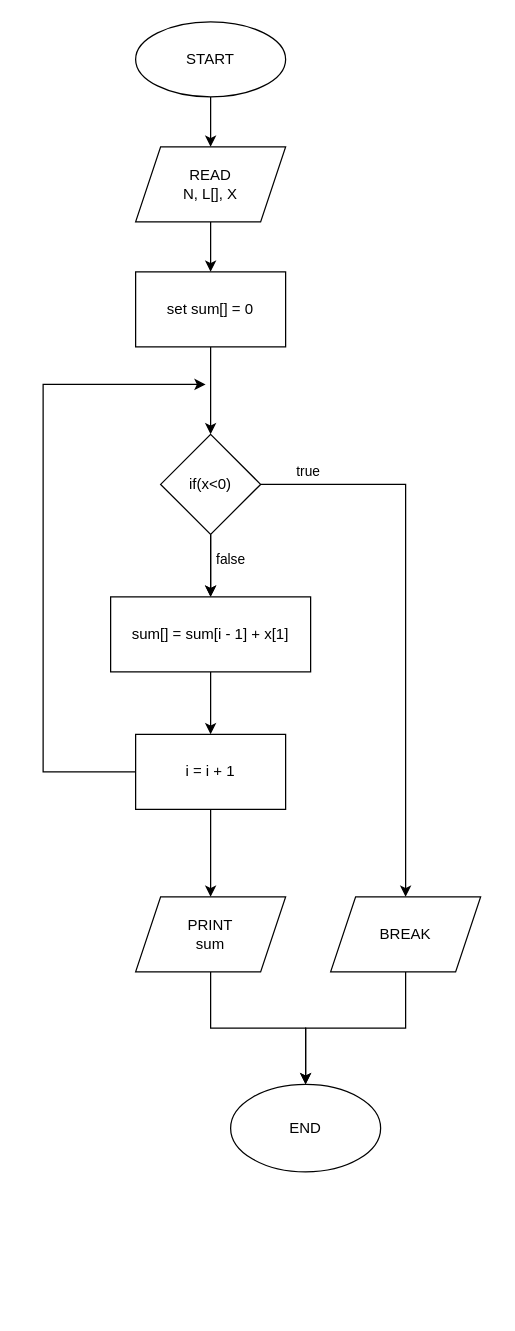
Above: Algorithm/Untitled Diagram.drawio in YalewB/ALX-Programming-Practice (draw.io), before the change. Source tidied: cells renumbered, new cells numbered last; positions are measured from the earlier drawing's top-left corner, leaving out a move shared by most shapes. Both pictures are drawn from the tidied source at 125%, with x=0, y=0 at pixel (42, 21).
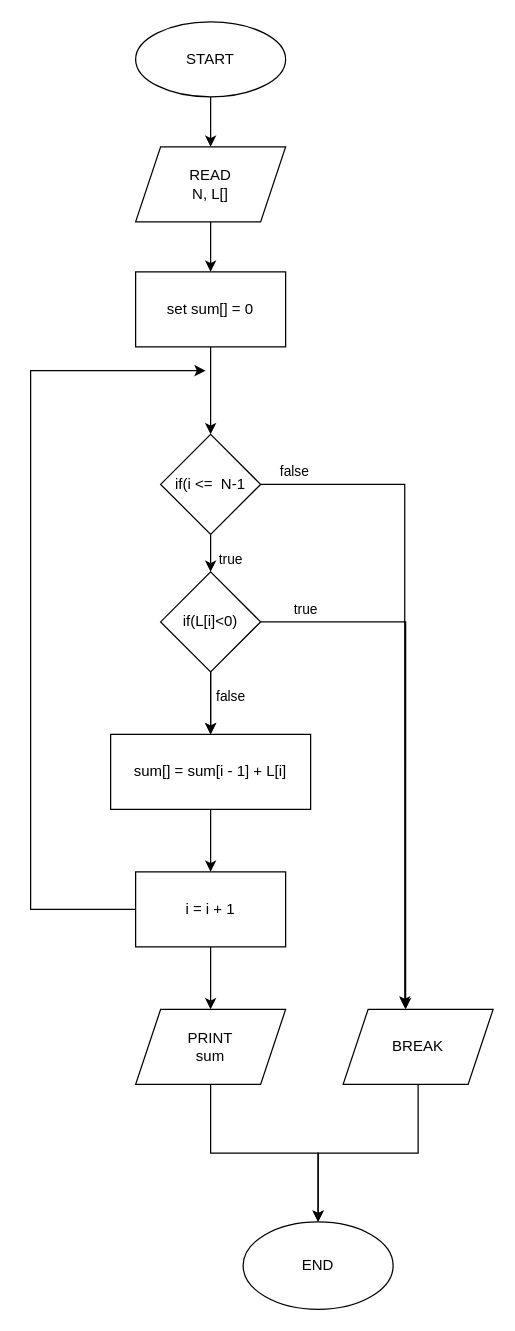
After the change.

Unchanged cells that the change refers to:
```xml
<mxCell id="7" value="set sum[] = 0" style="whiteSpace=wrap;html=1;" parent="1" vertex="1">
  <mxGeometry x="74" y="200" width="120" height="60" as="geometry" />
</mxCell>
```

Diff of the diagram source:
```diff
@@
-<mxGraphModel>
+<mxGraphModel background="#ffffff">
@@
-    <mxCell id="5" value="&lt;div&gt;READ&lt;/div&gt;&lt;div&gt;N, L[], X&lt;br&gt;&lt;/div&gt;" style="shape=parallelogram;perimeter=parallelogramPerimeter;whiteSpace=wrap;html=1;fixedSize=1;" parent="1" vertex="1">
+    <mxCell id="5" value="&lt;div&gt;READ&lt;/div&gt;&lt;div&gt;N, L[]&lt;br&gt;&lt;/div&gt;" style="shape=parallelogram;perimeter=parallelogramPerimeter;whiteSpace=wrap;html=1;fixedSize=1;" parent="1" vertex="1">
       <mxGeometry x="74" y="100" width="120" height="60" as="geometry" />
     </mxCell>
-    <mxCell id="6" style="edgeStyle=orthogonalEdgeStyle;rounded=0;jettySize=auto;html=1;" parent="1" edge="1" source="7" target="11">
-      <mxGeometry relative="1" as="geometry" />
-    </mxCell>
+    <mxCell id="22" style="edgeStyle=orthogonalEdgeStyle;rounded=0;jettySize=auto;html=1;" parent="1" edge="1" source="7" target="26">
+      <mxGeometry relative="1" as="geometry" />
+    </mxCell>
@@
     <mxCell id="9" value="true" style="edgeStyle=orthogonalEdgeStyle;rounded=0;jettySize=auto;html=1;" parent="1" edge="1" source="11" target="21">
       <mxGeometry x="-0.83" y="10" relative="1" as="geometry">
         <Array as="points">
-          <mxPoint x="290" y="370" />
+          <mxPoint x="290" y="480" />
         </Array>
       </mxGeometry>
     </mxCell>
@@
-    <mxCell id="11" value="if(x&amp;lt;0)" style="rhombus;whiteSpace=wrap;html=1;" parent="1" vertex="1">
-      <mxGeometry x="94" y="330" width="80" height="80" as="geometry" />
+    <mxCell id="11" value="if(L[i]&amp;lt;0)" style="rhombus;whiteSpace=wrap;html=1;" parent="1" vertex="1">
+      <mxGeometry x="94" y="440" width="80" height="80" as="geometry" />
     </mxCell>
@@
-    <mxCell id="13" value="sum[] = sum[i - 1] + x[1]" style="whiteSpace=wrap;html=1;" parent="1" vertex="1">
-      <mxGeometry x="54" y="460" width="160" height="60" as="geometry" />
+    <mxCell id="13" value="sum[] = sum[i - 1] + L[i]" style="whiteSpace=wrap;html=1;" parent="1" vertex="1">
+      <mxGeometry x="54" y="570" width="160" height="60" as="geometry" />
     </mxCell>
-    <mxCell id="14" style="edgeStyle=orthogonalEdgeStyle;rounded=0;jettySize=auto;html=1;" parent="1" edge="1" source="16">
-      <mxGeometry relative="1" as="geometry">
-        <mxPoint x="130" y="290" as="targetPoint" />
-        <Array as="points">
-          <mxPoint y="600" />
-          <mxPoint y="290" />
-        </Array>
-      </mxGeometry>
-    </mxCell>
@@
+    <mxCell id="23" style="edgeStyle=orthogonalEdgeStyle;rounded=0;jettySize=auto;html=1;" parent="1" edge="1" source="16">
+      <mxGeometry relative="1" as="geometry">
+        <mxPoint x="130" y="279" as="targetPoint" />
+        <Array as="points">
+          <mxPoint x="-10" y="710" />
+          <mxPoint x="-10" y="279" />
+        </Array>
+      </mxGeometry>
+    </mxCell>
     <mxCell id="16" value="i = i + 1" style="whiteSpace=wrap;html=1;" parent="1" vertex="1">
-      <mxGeometry x="74" y="570" width="120" height="60" as="geometry" />
+      <mxGeometry x="74" y="680" width="120" height="60" as="geometry" />
     </mxCell>
@@
     <mxCell id="18" value="&lt;div&gt;PRINT&lt;/div&gt;&lt;div&gt;sum&lt;br&gt;&lt;/div&gt;" style="shape=parallelogram;perimeter=parallelogramPerimeter;whiteSpace=wrap;html=1;fixedSize=1;" parent="1" vertex="1">
-      <mxGeometry x="74" y="700" width="120" height="60" as="geometry" />
+      <mxGeometry x="74" y="790" width="120" height="60" as="geometry" />
     </mxCell>
     <mxCell id="19" value="END" style="ellipse;whiteSpace=wrap;html=1;" parent="1" vertex="1">
-      <mxGeometry x="150" y="850" width="120" height="70" as="geometry" />
+      <mxGeometry x="160" y="960" width="120" height="70" as="geometry" />
     </mxCell>
@@
     <mxCell id="21" value="BREAK " style="shape=parallelogram;perimeter=parallelogramPerimeter;whiteSpace=wrap;html=1;fixedSize=1;" parent="1" vertex="1">
-      <mxGeometry x="230" y="700" width="120" height="60" as="geometry" />
+      <mxGeometry x="240" y="790" width="120" height="60" as="geometry" />
     </mxCell>
+    <mxCell id="24" value="true" style="edgeStyle=orthogonalEdgeStyle;rounded=0;jettySize=auto;html=1;entryX=0.5;entryY=0;entryDx=0;entryDy=0;" parent="1" edge="1" source="26" target="11">
+      <mxGeometry x="-0.19" y="-16" relative="1" as="geometry" />
+    </mxCell>
+    <mxCell id="25" value="false" style="edgeStyle=orthogonalEdgeStyle;rounded=0;jettySize=auto;html=1;entryX=0.411;entryY=-0.025;entryDx=0;entryDy=0;entryPerimeter=0;" parent="1" edge="1" source="26" target="21">
+      <mxGeometry x="-0.9" y="10" relative="1" as="geometry" />
+    </mxCell>
+    <mxCell id="26" value="if(i &amp;lt;=&amp;nbsp; N-1" style="rhombus;whiteSpace=wrap;html=1;" parent="1" vertex="1">
+      <mxGeometry x="94" y="330" width="80" height="80" as="geometry" />
+    </mxCell>
```
